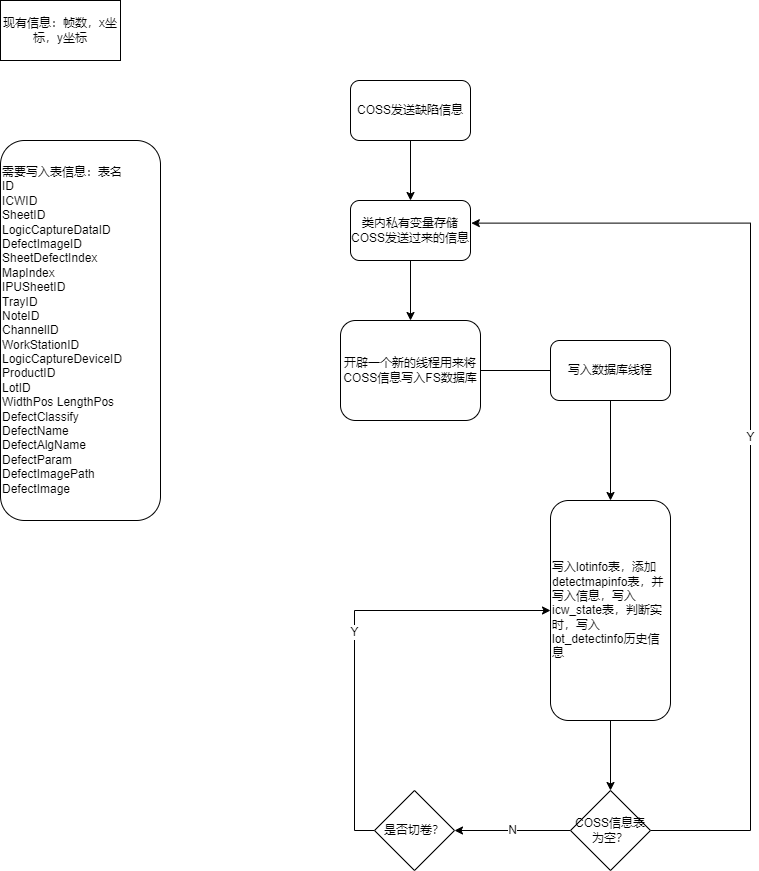
Above: Coss写入数据库.drawio.png in Durpe/Drawio (draw.io), before the change. Source tidied: cells renumbered, new cells last; positions are measured from the earlier drawing's top-left corner, leaving out a move shared by most shapes.
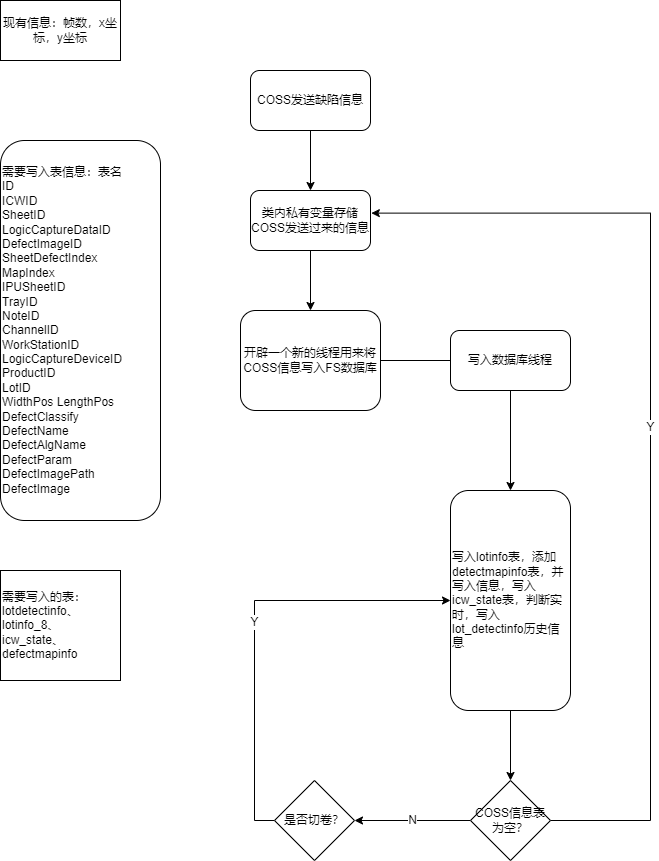
The same diagram one commit later.

Commit message:
更新Coss写入数据库.drawio.png

Change to the diagram source:
```diff
@@ -9,7 +9,7 @@
       <mxGeometry x="350" y="80" width="120" height="60" as="geometry" />
     </mxCell>
     <mxCell id="4" value="现有信息：帧数，x坐标，y坐标" style="rounded=0;whiteSpace=wrap;html=1;" parent="1" vertex="1">
-      <mxGeometry width="120" height="60" as="geometry" />
+      <mxGeometry x="100" y="10" width="120" height="60" as="geometry" />
     </mxCell>
     <mxCell id="5" style="edgeStyle=orthogonalEdgeStyle;rounded=0;jettySize=auto;html=1;exitX=0.5;exitY=1;exitDx=0;exitDy=0;entryX=0.5;entryY=0;entryDx=0;entryDy=0;" parent="1" edge="1" source="6" target="7">
       <mxGeometry relative="1" as="geometry" />
@@ -29,7 +29,7 @@
       <mxGeometry x="550" y="340" width="120" height="60" as="geometry" />
     </mxCell>
     <mxCell id="10" value="&lt;div&gt;需要写入表信息：表名&lt;/div&gt;&lt;div&gt;ID&lt;/div&gt;&lt;div&gt;ICWID&lt;/div&gt;&lt;div&gt;SheetID&lt;/div&gt;&lt;div&gt;LogicCaptureDataID&#9;DefectImageID&lt;/div&gt;&lt;div style=&quot;&quot;&gt;SheetDefectIndex&lt;/div&gt;&lt;div&gt;MapIndex&lt;/div&gt;&lt;div&gt;IPUSheetID&lt;/div&gt;&lt;div&gt;TrayID&lt;/div&gt;&lt;div&gt;NoteID&lt;/div&gt;&lt;div&gt;ChannelID&lt;/div&gt;&lt;div&gt;WorkStationID&lt;/div&gt;&lt;div&gt;LogicCaptureDeviceID&lt;/div&gt;&lt;div&gt;ProductID&lt;/div&gt;&lt;div&gt;LotID&lt;/div&gt;&lt;div&gt;WidthPos&lt;span style=&quot;&quot;&gt;&#9;&lt;/span&gt;LengthPos&lt;span style=&quot;&quot;&gt;&#9;&lt;/span&gt;&lt;/div&gt;&lt;div&gt;DefectClassify&lt;/div&gt;&lt;div&gt;DefectName&lt;/div&gt;&lt;div&gt;DefectAlgName&lt;span style=&quot;&quot;&gt;&#9;&lt;/span&gt;&lt;/div&gt;&lt;div&gt;DefectParam&lt;/div&gt;&lt;div&gt;DefectImagePath&lt;span style=&quot;&quot;&gt;&#9;&lt;/span&gt;&lt;/div&gt;&lt;div&gt;DefectImage&lt;/div&gt;" style="rounded=1;whiteSpace=wrap;html=1;align=left;" parent="1" vertex="1">
-      <mxGeometry y="140" width="160" height="380" as="geometry" />
+      <mxGeometry x="100" y="150" width="160" height="380" as="geometry" />
     </mxCell>
     <mxCell id="11" style="edgeStyle=orthogonalEdgeStyle;rounded=0;jettySize=auto;html=1;exitX=0.5;exitY=1;exitDx=0;exitDy=0;" parent="1" edge="1" source="12" target="15">
       <mxGeometry relative="1" as="geometry" />
@@ -60,5 +60,8 @@
     <mxCell id="18" value="是否切卷？" style="rhombus;whiteSpace=wrap;html=1;" parent="1" vertex="1">
       <mxGeometry x="374" y="790" width="80" height="80" as="geometry" />
     </mxCell>
+    <mxCell id="19" value="需要写入的表：&lt;br&gt;lotdetectinfo、&lt;br&gt;lotinfo_8、&lt;br&gt;icw_state、&lt;br&gt;defectmapinfo" style="whiteSpace=wrap;html=1;align=left;" parent="1" vertex="1">
+      <mxGeometry x="100" y="580" width="120" height="110" as="geometry" />
+    </mxCell>
   </root>
 </mxGraphModel>
```
